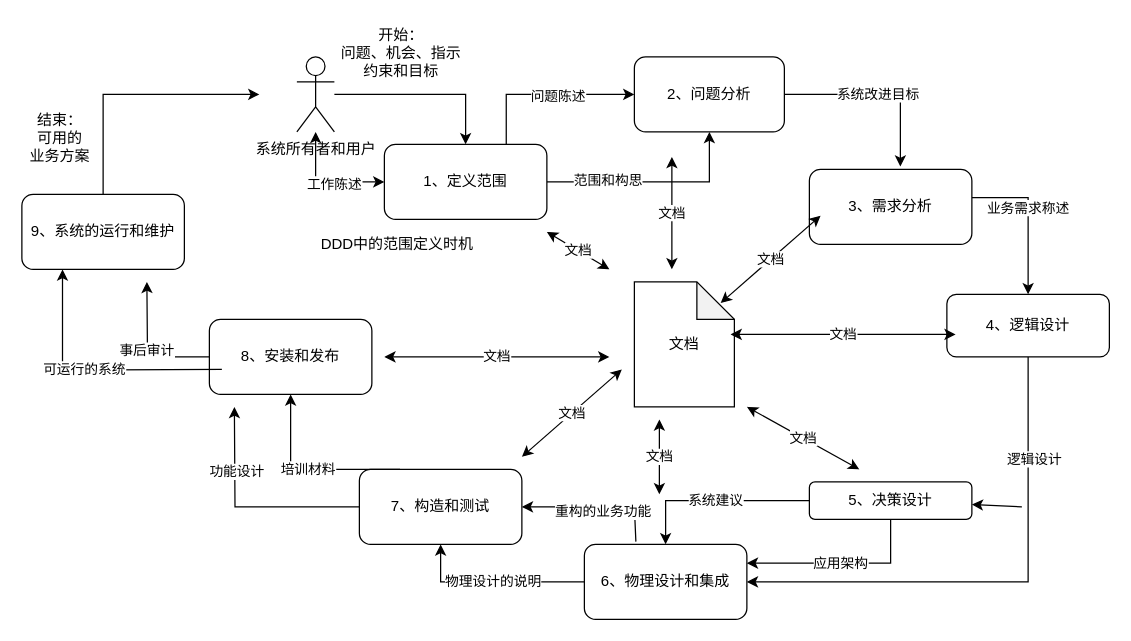
The draw.io diagram page "DDD的全流程" (5 of 5) of JVM (5).drawio in cruecrue/javastudy, before the edit. Source tidied: cells renumbered, new cells numbered last; positions are measured from the earlier drawing's top-left corner, leaving out a move shared by most shapes. Both pictures are drawn from the tidied source at 125%, with x=0, y=0 at pixel (21, 21).
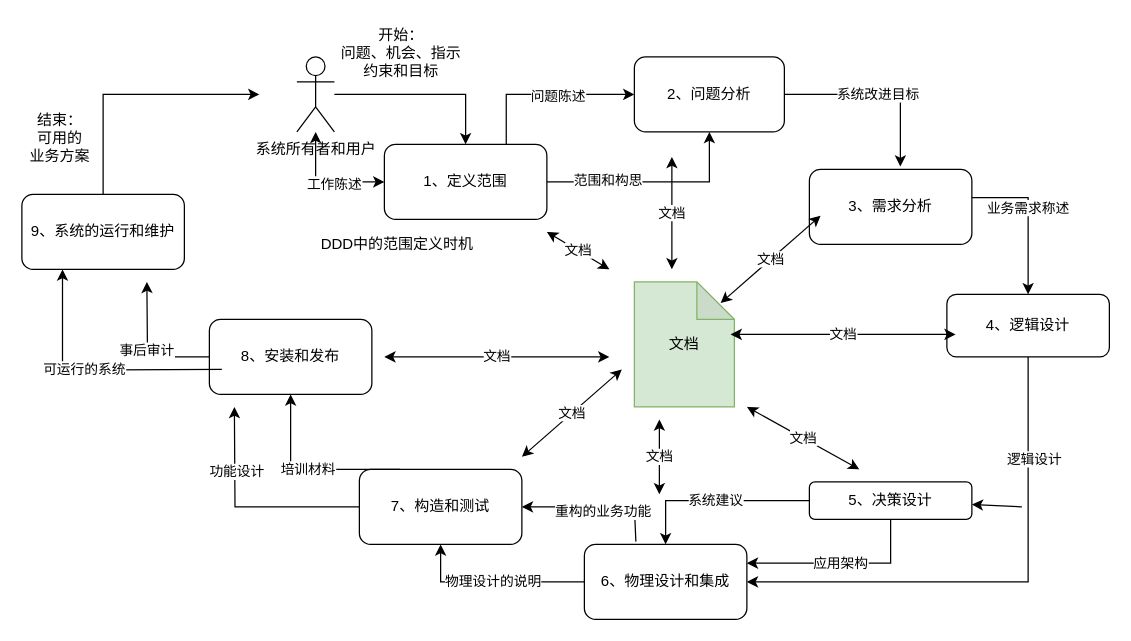
Above is the later version.

What changed in the source:
```diff
@@
-    <mxCell id="29" value="文档" style="shape=note;whiteSpace=wrap;html=1;backgroundOutline=1;darkOpacity=0.05;" parent="1" vertex="1">
+    <mxCell id="29" value="文档" style="shape=note;whiteSpace=wrap;html=1;backgroundOutline=1;darkOpacity=0.05;fillColor=#d5e8d4;strokeColor=#82b366;" parent="1" vertex="1">
       <mxGeometry x="490" y="208" width="80" height="100" as="geometry" />
     </mxCell>
```
